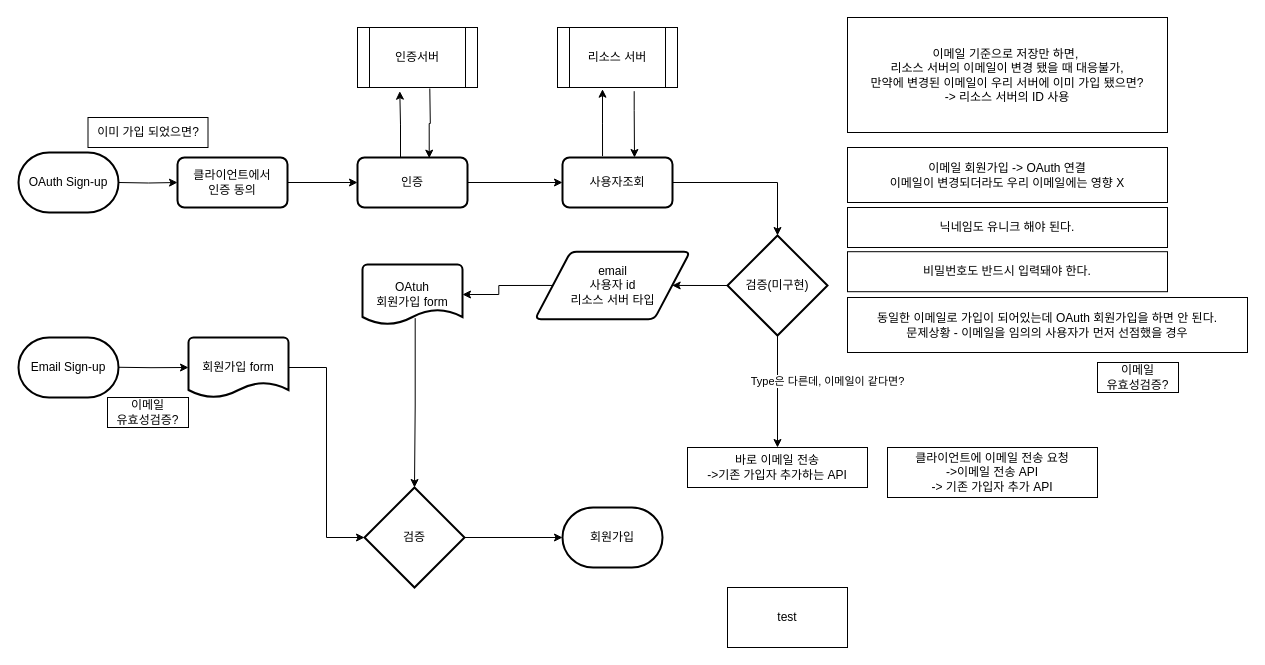
Above: page "Sign-up" (1 of 2) of auth_diagram.drawio in Sc0up/scoup-backend (draw.io), before the change. Source tidied: cells renumbered, new cells numbered last; positions are measured from the earlier drawing's top-left corner, leaving out a move shared by most shapes. Both pictures are drawn from the tidied source at 100%, with x=0, y=0 at pixel (18, 17).
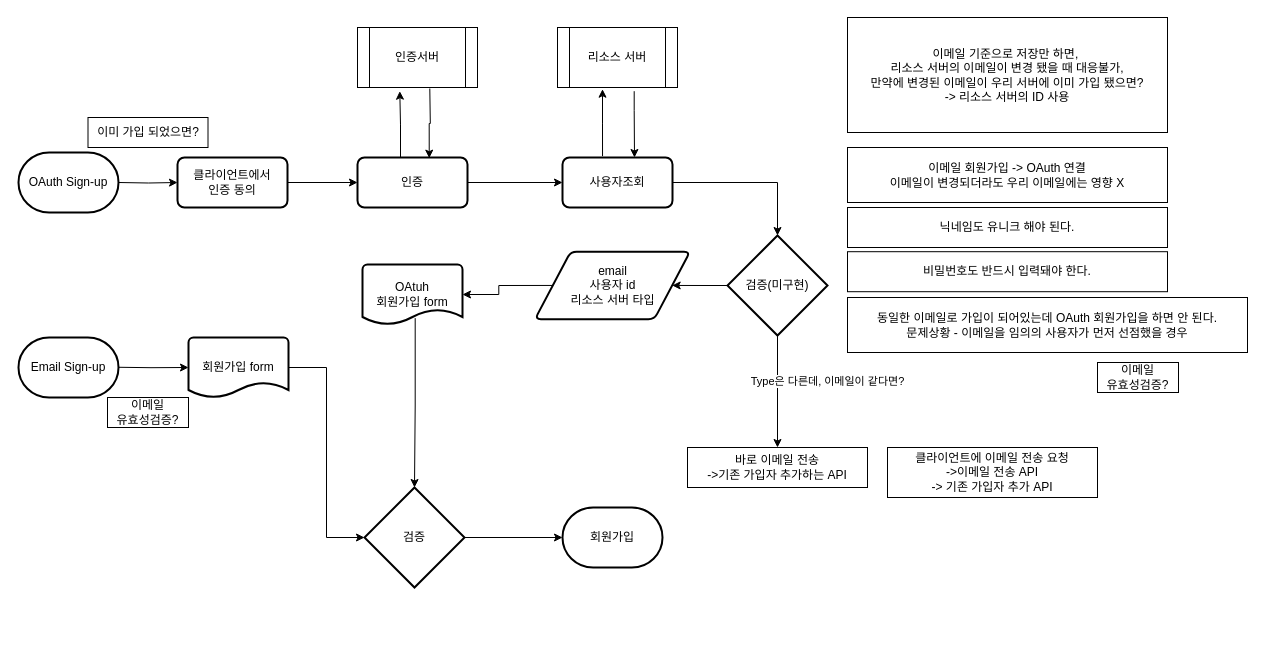
The same diagram, later.

What changed in the source:
```diff
@@
-    <mxCell id="41" value="test" style="rounded=0;whiteSpace=wrap;html=1;" parent="1" vertex="1">
-      <mxGeometry x="709" y="570" width="120" height="60" as="geometry" />
-    </mxCell>
```
